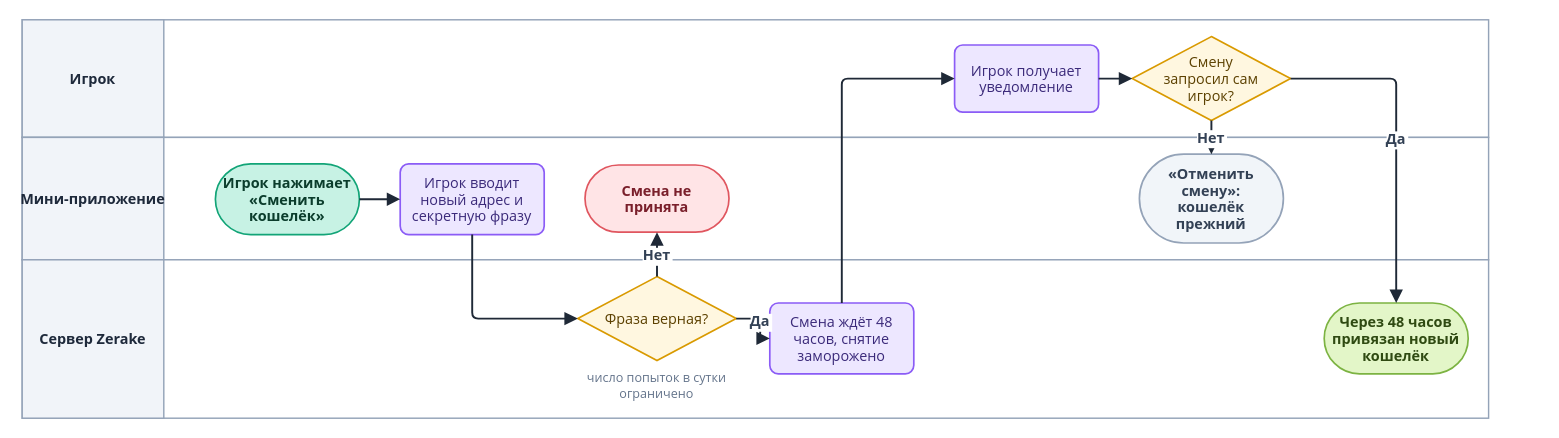
The draw.io diagram diagrams/drawio/recovery.drawio in LILSUFFER/zerake-docs, before the edit. Source tidied: cells renumbered, new cells numbered last; positions are measured from the earlier drawing's top-left corner, leaving out a move shared by most shapes. Both pictures are drawn from the tidied source at 120%, with x=0, y=0 at pixel (22, 19).
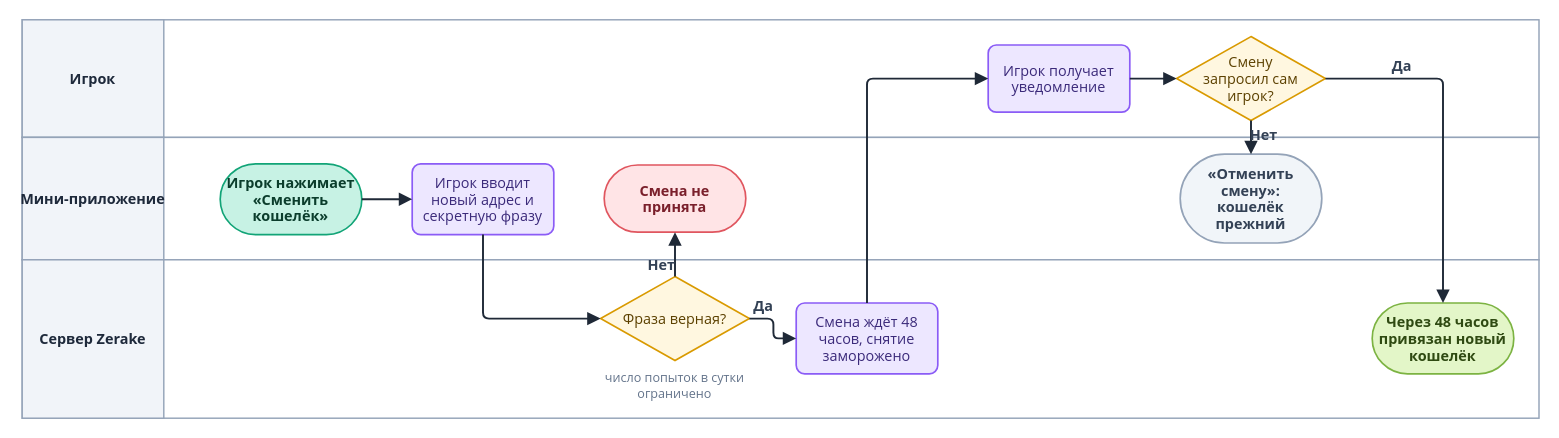
The same page after the edit.

Change to the diagram source:
```diff
@@
     <mxCell id="2" style="rounded=0;html=0;fillColor=#FFFFFF;strokeColor=#94A3B8;strokeWidth=1.2;" parent="1" vertex="1">
-      <mxGeometry width="1222" height="98" as="geometry" />
+      <mxGeometry width="1264" height="98" as="geometry" />
     </mxCell>
@@
     <mxCell id="4" style="rounded=0;html=0;fillColor=#FFFFFF;strokeColor=#94A3B8;strokeWidth=1.2;" parent="1" vertex="1">
-      <mxGeometry y="98" width="1222" height="102" as="geometry" />
+      <mxGeometry y="98" width="1264" height="102" as="geometry" />
     </mxCell>
@@
     <mxCell id="6" style="rounded=0;html=0;fillColor=#FFFFFF;strokeColor=#94A3B8;strokeWidth=1.2;" parent="1" vertex="1">
-      <mxGeometry y="200" width="1222" height="132" as="geometry" />
+      <mxGeometry y="200" width="1264" height="132" as="geometry" />
     </mxCell>
@@
     <mxCell id="8" value="Игрок нажимает&#10;«Сменить&#10;кошелёк»" style="rounded=1;arcSize=50;html=0;fontStyle=1;fillColor=#C7F2E4;strokeColor=#12A477;fontColor=#0B3D2C;fontFamily=Segoe UI;fontSize=12;strokeWidth=1.4;" parent="1" vertex="1">
-      <mxGeometry x="161" y="120" width="120" height="59" as="geometry" />
+      <mxGeometry x="165" y="120" width="118" height="59" as="geometry" />
     </mxCell>
     <mxCell id="9" value="Игрок вводит&#10;новый адрес и&#10;секретную фразу" style="rounded=1;arcSize=12;html=0;fillColor=#EDE7FF;strokeColor=#8B5CF6;fontColor=#3B2A7A;fontFamily=Segoe UI;fontSize=12;strokeWidth=1.4;" parent="1" vertex="1">
-      <mxGeometry x="315" y="120" width="120" height="59" as="geometry" />
+      <mxGeometry x="325" y="120" width="118" height="59" as="geometry" />
     </mxCell>
     <mxCell id="10" value="число попыток в сутки&#10;ограничено" style="text;html=0;align=center;verticalAlign=top;fontFamily=Segoe UI;fontSize=10.5;fontColor=#64748B;" parent="1" vertex="1">
-      <mxGeometry x="443" y="286" width="172" height="34" as="geometry" />
+      <mxGeometry x="462" y="286" width="164" height="34" as="geometry" />
     </mxCell>
     <mxCell id="11" value="Фраза верная?" style="rhombus;html=0;fillColor=#FFF7E0;strokeColor=#D99A00;fontColor=#5C4100;fontFamily=Segoe UI;fontSize=12;strokeWidth=1.4;" parent="1" vertex="1">
-      <mxGeometry x="463" y="214" width="132" height="70" as="geometry" />
+      <mxGeometry x="482" y="214" width="124" height="70" as="geometry" />
     </mxCell>
     <mxCell id="12" value="Смена не&#10;принята" style="rounded=1;arcSize=50;html=0;fontStyle=1;fillColor=#FFE4E6;strokeColor=#E0565F;fontColor=#7A1F2B;fontFamily=Segoe UI;fontSize=12;strokeWidth=1.4;" parent="1" vertex="1">
-      <mxGeometry x="469" y="121" width="120" height="56" as="geometry" />
+      <mxGeometry x="485" y="121" width="118" height="56" as="geometry" />
     </mxCell>
     <mxCell id="13" value="Смена ждёт 48&#10;часов, снятие&#10;заморожено" style="rounded=1;arcSize=12;html=0;fillColor=#EDE7FF;strokeColor=#8B5CF6;fontColor=#3B2A7A;fontFamily=Segoe UI;fontSize=12;strokeWidth=1.4;" parent="1" vertex="1">
-      <mxGeometry x="623" y="236" width="120" height="59" as="geometry" />
+      <mxGeometry x="645" y="236" width="118" height="59" as="geometry" />
     </mxCell>
     <mxCell id="14" value="Игрок получает&#10;уведомление" style="rounded=1;arcSize=12;html=0;fillColor=#EDE7FF;strokeColor=#8B5CF6;fontColor=#3B2A7A;fontFamily=Segoe UI;fontSize=12;strokeWidth=1.4;" parent="1" vertex="1">
-      <mxGeometry x="777" y="21" width="120" height="56" as="geometry" />
+      <mxGeometry x="805" y="21" width="118" height="56" as="geometry" />
     </mxCell>
     <mxCell id="15" value="Смену&#10;запросил сам&#10;игрок?" style="rhombus;html=0;fillColor=#FFF7E0;strokeColor=#D99A00;fontColor=#5C4100;fontFamily=Segoe UI;fontSize=12;strokeWidth=1.4;" parent="1" vertex="1">
-      <mxGeometry x="925" y="14" width="132" height="70" as="geometry" />
+      <mxGeometry x="962" y="14" width="124" height="70" as="geometry" />
     </mxCell>
     <mxCell id="16" value="«Отменить&#10;смену»:&#10;кошелёк&#10;прежний" style="rounded=1;arcSize=50;html=0;fontStyle=1;fillColor=#F1F5F9;strokeColor=#94A3B8;fontColor=#334155;fontFamily=Segoe UI;fontSize=12;strokeWidth=1.4;" parent="1" vertex="1">
-      <mxGeometry x="931" y="112" width="120" height="74" as="geometry" />
+      <mxGeometry x="965" y="112" width="118" height="74" as="geometry" />
     </mxCell>
     <mxCell id="17" value="Через 48 часов&#10;привязан новый&#10;кошелёк" style="rounded=1;arcSize=50;html=0;fontStyle=1;fillColor=#E3F6C8;strokeColor=#7CB342;fontColor=#2F4A12;fontFamily=Segoe UI;fontSize=12;strokeWidth=1.4;" parent="1" vertex="1">
-      <mxGeometry x="1085" y="236" width="120" height="59" as="geometry" />
+      <mxGeometry x="1125" y="236" width="118" height="59" as="geometry" />
     </mxCell>
-    <mxCell id="18" style="edgeStyle=orthogonalEdgeStyle;rounded=1;arcSize=10;jettySize=auto;html=0;strokeColor=#1F2937;strokeWidth=1.6;endArrow=block;endFill=1;endSize=7;fontFamily=Segoe UI;fontSize=12;fontStyle=1;fontColor=#334155;labelBackgroundColor=#FFFFFF;" parent="1" edge="1" source="8" target="9">
+    <mxCell id="18" style="edgeStyle=orthogonalEdgeStyle;rounded=1;arcSize=10;jettySize=auto;html=0;strokeColor=#1F2937;strokeWidth=1.6;endArrow=block;endFill=1;endSize=7;fontFamily=Segoe UI;fontSize=12;fontStyle=1;fontColor=#334155;labelBackgroundColor=none;" parent="1" edge="1" source="8" target="9">
       <mxGeometry relative="1" as="geometry" />
     </mxCell>
-    <mxCell id="19" style="edgeStyle=orthogonalEdgeStyle;rounded=1;arcSize=10;jettySize=auto;html=0;strokeColor=#1F2937;strokeWidth=1.6;endArrow=block;endFill=1;endSize=7;fontFamily=Segoe UI;fontSize=12;fontStyle=1;fontColor=#334155;labelBackgroundColor=#FFFFFF;exitX=0.5;exitY=1;entryX=0;entryY=0.5;" parent="1" edge="1" source="9" target="11">
+    <mxCell id="19" style="edgeStyle=orthogonalEdgeStyle;rounded=1;arcSize=10;jettySize=auto;html=0;strokeColor=#1F2937;strokeWidth=1.6;endArrow=block;endFill=1;endSize=7;fontFamily=Segoe UI;fontSize=12;fontStyle=1;fontColor=#334155;labelBackgroundColor=none;exitX=0.5;exitY=1;entryX=0;entryY=0.5;" parent="1" edge="1" source="9" target="11">
       <mxGeometry relative="1" as="geometry" />
     </mxCell>
-    <mxCell id="20" value="Нет" style="edgeStyle=orthogonalEdgeStyle;rounded=1;arcSize=10;jettySize=auto;html=0;strokeColor=#1F2937;strokeWidth=1.6;endArrow=block;endFill=1;endSize=7;fontFamily=Segoe UI;fontSize=12;fontStyle=1;fontColor=#334155;labelBackgroundColor=#FFFFFF;" parent="1" edge="1" source="11" target="12">
-      <mxGeometry relative="1" as="geometry" />
+    <mxCell id="20" value="Нет" style="edgeStyle=orthogonalEdgeStyle;rounded=1;arcSize=10;jettySize=auto;html=0;strokeColor=#1F2937;strokeWidth=1.6;endArrow=block;endFill=1;endSize=7;fontFamily=Segoe UI;fontSize=12;fontStyle=1;fontColor=#334155;labelBackgroundColor=none;" parent="1" edge="1" source="11" target="12">
+      <mxGeometry x="-0.55" y="11" relative="1" as="geometry" />
     </mxCell>
-    <mxCell id="21" value="Да" style="edgeStyle=orthogonalEdgeStyle;rounded=1;arcSize=10;jettySize=auto;html=0;strokeColor=#1F2937;strokeWidth=1.6;endArrow=block;endFill=1;endSize=7;fontFamily=Segoe UI;fontSize=12;fontStyle=1;fontColor=#334155;labelBackgroundColor=#FFFFFF;" parent="1" edge="1" source="11" target="13">
-      <mxGeometry relative="1" as="geometry" />
+    <mxCell id="21" value="Да" style="edgeStyle=orthogonalEdgeStyle;rounded=1;arcSize=10;jettySize=auto;html=0;strokeColor=#1F2937;strokeWidth=1.6;endArrow=block;endFill=1;endSize=7;fontFamily=Segoe UI;fontSize=12;fontStyle=1;fontColor=#334155;labelBackgroundColor=none;" parent="1" edge="1" source="11" target="13">
+      <mxGeometry x="-0.55" y="11" relative="1" as="geometry" />
     </mxCell>
-    <mxCell id="22" style="edgeStyle=orthogonalEdgeStyle;rounded=1;arcSize=10;jettySize=auto;html=0;strokeColor=#1F2937;strokeWidth=1.6;endArrow=block;endFill=1;endSize=7;fontFamily=Segoe UI;fontSize=12;fontStyle=1;fontColor=#334155;labelBackgroundColor=#FFFFFF;exitX=0.5;exitY=0;entryX=0;entryY=0.5;" parent="1" edge="1" source="13" target="14">
+    <mxCell id="22" style="edgeStyle=orthogonalEdgeStyle;rounded=1;arcSize=10;jettySize=auto;html=0;strokeColor=#1F2937;strokeWidth=1.6;endArrow=block;endFill=1;endSize=7;fontFamily=Segoe UI;fontSize=12;fontStyle=1;fontColor=#334155;labelBackgroundColor=none;exitX=0.5;exitY=0;entryX=0;entryY=0.5;" parent="1" edge="1" source="13" target="14">
       <mxGeometry relative="1" as="geometry" />
     </mxCell>
-    <mxCell id="23" style="edgeStyle=orthogonalEdgeStyle;rounded=1;arcSize=10;jettySize=auto;html=0;strokeColor=#1F2937;strokeWidth=1.6;endArrow=block;endFill=1;endSize=7;fontFamily=Segoe UI;fontSize=12;fontStyle=1;fontColor=#334155;labelBackgroundColor=#FFFFFF;" parent="1" edge="1" source="14" target="15">
+    <mxCell id="23" style="edgeStyle=orthogonalEdgeStyle;rounded=1;arcSize=10;jettySize=auto;html=0;strokeColor=#1F2937;strokeWidth=1.6;endArrow=block;endFill=1;endSize=7;fontFamily=Segoe UI;fontSize=12;fontStyle=1;fontColor=#334155;labelBackgroundColor=none;" parent="1" edge="1" source="14" target="15">
       <mxGeometry relative="1" as="geometry" />
     </mxCell>
-    <mxCell id="24" value="Нет" style="edgeStyle=orthogonalEdgeStyle;rounded=1;arcSize=10;jettySize=auto;html=0;strokeColor=#1F2937;strokeWidth=1.6;endArrow=block;endFill=1;endSize=7;fontFamily=Segoe UI;fontSize=12;fontStyle=1;fontColor=#334155;labelBackgroundColor=#FFFFFF;" parent="1" edge="1" source="15" target="16">
-      <mxGeometry relative="1" as="geometry" />
+    <mxCell id="24" value="Нет" style="edgeStyle=orthogonalEdgeStyle;rounded=1;arcSize=10;jettySize=auto;html=0;strokeColor=#1F2937;strokeWidth=1.6;endArrow=block;endFill=1;endSize=7;fontFamily=Segoe UI;fontSize=12;fontStyle=1;fontColor=#334155;labelBackgroundColor=none;" parent="1" edge="1" source="15" target="16">
+      <mxGeometry x="-0.55" y="11" relative="1" as="geometry" />
     </mxCell>
-    <mxCell id="25" value="Да" style="edgeStyle=orthogonalEdgeStyle;rounded=1;arcSize=10;jettySize=auto;html=0;strokeColor=#1F2937;strokeWidth=1.6;endArrow=block;endFill=1;endSize=7;fontFamily=Segoe UI;fontSize=12;fontStyle=1;fontColor=#334155;labelBackgroundColor=#FFFFFF;exitX=1;exitY=0.5;entryX=0.5;entryY=0;" parent="1" edge="1" source="15" target="17">
-      <mxGeometry relative="1" as="geometry" />
+    <mxCell id="25" value="Да" style="edgeStyle=orthogonalEdgeStyle;rounded=1;arcSize=10;jettySize=auto;html=0;strokeColor=#1F2937;strokeWidth=1.6;endArrow=block;endFill=1;endSize=7;fontFamily=Segoe UI;fontSize=12;fontStyle=1;fontColor=#334155;labelBackgroundColor=none;exitX=1;exitY=0.5;entryX=0.5;entryY=0;" parent="1" edge="1" source="15" target="17">
+      <mxGeometry x="-0.55" y="11" relative="1" as="geometry" />
     </mxCell>
```
